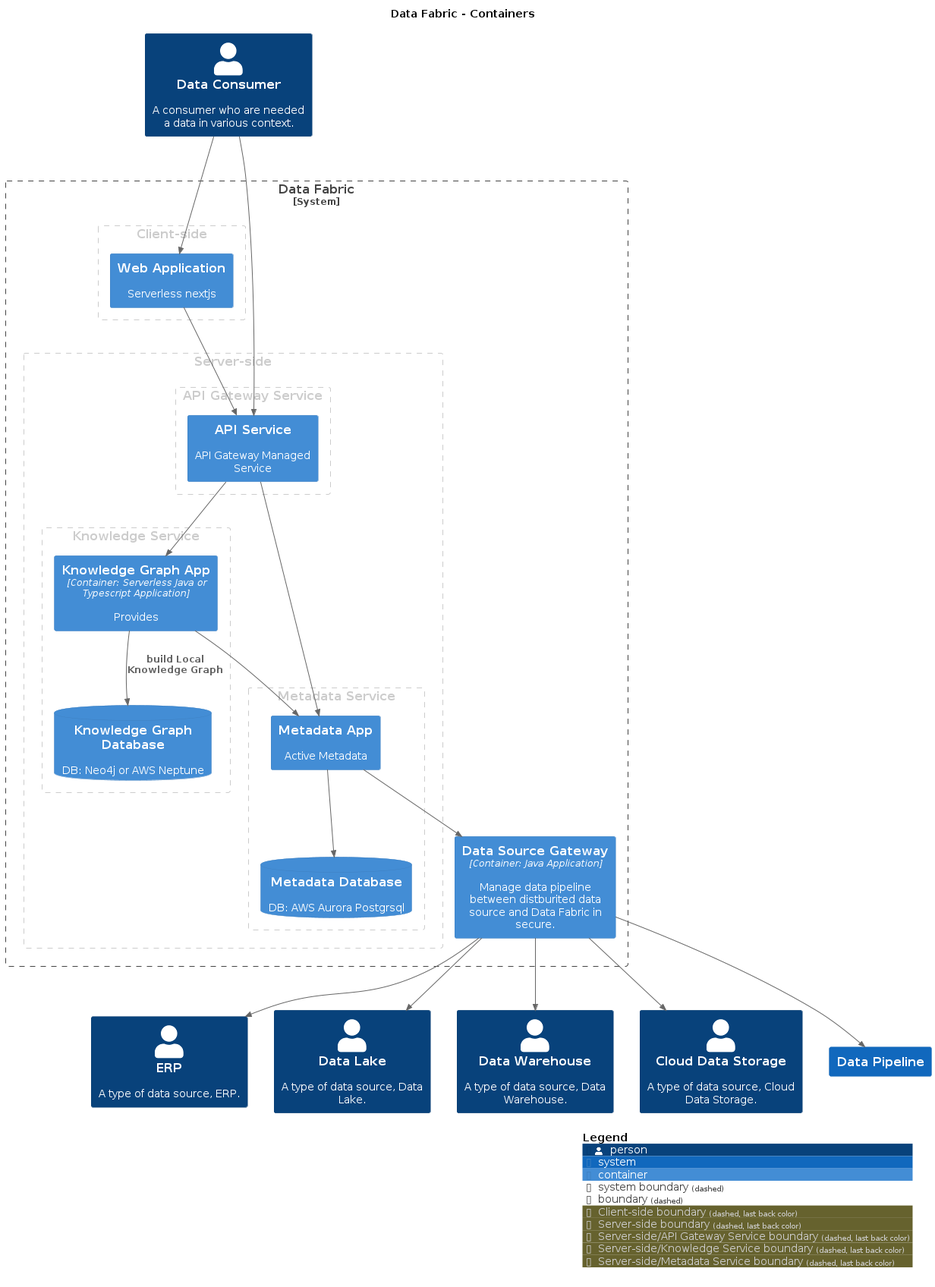
Above: master/png/Containers.png in IntellectusCorp/data-fabric-docs (PlantUML), before the change.
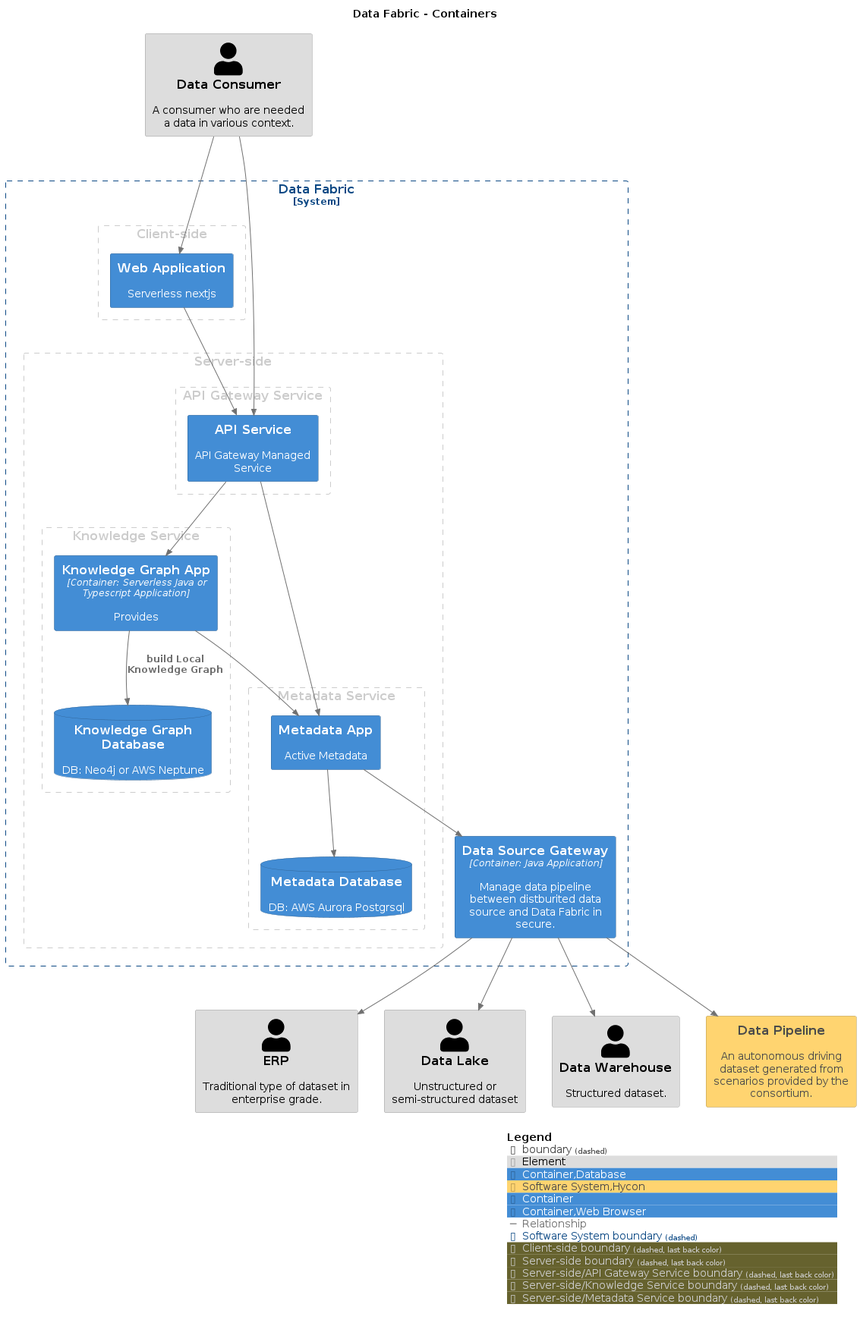
Later version of the same file.

The edit, as a diff of the source:
```diff
@@ -8,57 +8,65 @@
 !include <C4/C4_Context>
 !include <C4/C4_Container>
 
-Person(DataConsumer, "Data Consumer", $descr="A consumer who are needed a data in various context.", $tags="", $link="")
-Person(ERP, "ERP", $descr="A type of data source, ERP.", $tags="", $link="")
-Person(DataLake, "Data Lake", $descr="A type of data source, Data Lake.", $tags="", $link="")
-Person(DataWarehouse, "Data Warehouse", $descr="A type of data source, Data Warehouse.", $tags="", $link="")
-Person(CloudDataStorage, "Cloud Data Storage", $descr="A type of data source, Cloud Data Storage.", $tags="", $link="")
-System(DataPipeline, "Data Pipeline", $descr="", $tags="", $link="")
+AddElementTag("Element", $bgColor="#dddddd", $borderColor="#9a9a9a", $fontColor="#000000", $sprite="", $shadowing="")
+AddElementTag("Container,Database", $bgColor="#438dd5", $borderColor="#2e6295", $fontColor="#ffffff", $sprite="", $shadowing="")
+AddElementTag("Software System,Hycon", $bgColor="#ffd470", $borderColor="#b2944e", $fontColor="#4a4a4a", $sprite="", $shadowing="")
+AddElementTag("Container", $bgColor="#438dd5", $borderColor="#2e6295", $fontColor="#ffffff", $sprite="", $shadowing="")
+AddElementTag("Container,Web Browser", $bgColor="#438dd5", $borderColor="#2e6295", $fontColor="#ffffff", $sprite="", $shadowing="")
 
-System_Boundary("DataFabric_boundary", "Data Fabric", $tags="") {
+AddRelTag("Relationship", $textColor="#707070", $lineColor="#707070", $lineStyle = "")
+
+AddBoundaryTag("Software System", $bgColor="#ffffff", $borderColor="#0b4884", $fontColor="#0b4884", $shadowing="")
+
+Person(DataConsumer, "Data Consumer", $descr="A consumer who are needed a data in various context.", $tags="Element", $link="")
+Person(ERP, "ERP", $descr="Traditional type of dataset in enterprise grade.", $tags="Element", $link="")
+Person(DataLake, "Data Lake", $descr="Unstructured or semi-structured dataset", $tags="Element", $link="")
+Person(DataWarehouse, "Data Warehouse", $descr="Structured dataset.", $tags="Element", $link="")
+System(DataPipeline, "Data Pipeline", $descr="An autonomous driving dataset generated from scenarios provided by the consortium.", $tags="Software System,Hycon", $link="")
+
+System_Boundary("DataFabric_boundary", "Data Fabric", $tags="Software System") {
   AddBoundaryTag("Client-side", $borderColor="#cccccc", $fontColor="#cccccc")
   Boundary(group_1, "Client-side", $tags="Client-side") {
-    Container(DataFabric.WebApplication, "Web Application", $techn="", $descr="Serverless nextjs", $tags="", $link="")
+    Container(DataFabric.WebApplication, "Web Application", $techn="", $descr="Serverless nextjs", $tags="Container,Web Browser", $link="")
   }
 
   AddBoundaryTag("Server-side", $borderColor="#cccccc", $fontColor="#cccccc")
   Boundary(group_2, "Server-side", $tags="Server-side") {
       AddBoundaryTag("Server-side/API Gateway Service", $borderColor="#cccccc", $fontColor="#cccccc")
       Boundary(group_3, "API Gateway Service", $tags="Server-side/API Gateway Service") {
-        Container(DataFabric.APIService, "API Service", $techn="", $descr="API Gateway Managed Service", $tags="", $link="")
+        Container(DataFabric.APIService, "API Service", $techn="", $descr="API Gateway Managed Service", $tags="Container", $link="")
       }
 
       AddBoundaryTag("Server-side/Knowledge Service", $borderColor="#cccccc", $fontColor="#cccccc")
       Boundary(group_4, "Knowledge Service", $tags="Server-side/Knowledge Service") {
-        Container(DataFabric.KnowledgeGraphApp, "Knowledge Graph App", $techn="Container: Serverless Java or Typescript Application", $descr="Provides", $tags="", $link="")
-        ContainerDb(DataFabric.KnowledgeGraphDatabase, "Knowledge Graph Database", $techn="", $descr="DB: Neo4j or AWS Neptune", $tags="", $link="")
+        Container(DataFabric.KnowledgeGraphApp, "Knowledge Graph App", $techn="Container: Serverless Java or Typescript Application", $descr="Provides", $tags="Container", $link="")
+        ContainerDb(DataFabric.KnowledgeGraphDatabase, "Knowledge Graph Database", $techn="", $descr="DB: Neo4j or AWS Neptune", $tags="Container,Database", $link="")
       }
 
       AddBoundaryTag("Server-side/Metadata Service", $borderColor="#cccccc", $fontColor="#cccccc")
       Boundary(group_5, "Metadata Service", $tags="Server-side/Metadata Service") {
-        Container(DataFabric.MetadataApp, "Metadata App", $techn="", $descr="Active Metadata", $tags="", $link="")
-        ContainerDb(DataFabric.MetadataDatabase, "Metadata Database", $techn="", $descr="DB: AWS Aurora Postgrsql", $tags="", $link="")
+        Container(DataFabric.MetadataApp, "Metadata App", $techn="", $descr="Active Metadata", $tags="Container", $link="")
+        ContainerDb(DataFabric.MetadataDatabase, "Metadata Database", $techn="", $descr="DB: AWS Aurora Postgrsql", $tags="Container,Database", $link="")
       }
 
   }
 
-  Container(DataFabric.DataSourceGateway, "Data Source Gateway", $techn="Container: Java Application", $descr="Manage data pipeline between distburited data source and Data Fabric in secure.", $tags="", $link="")
+  Container(DataFabric.DataSourceGateway, "Data Source Gateway", $techn="Container: Java Application", $descr="Manage data pipeline between distburited data source and Data Fabric in secure.", $tags="Container", $link="")
 }
 
-Rel_D(DataFabric.DataSourceGateway, DataPipeline, "", $techn="", $tags="", $link="")
-Rel_D(DataConsumer, DataFabric.APIService, "", $techn="", $tags="", $link="")
-Rel_D(DataConsumer, DataFabric.WebApplication, "", $techn="", $tags="", $link="")
-Rel_D(DataFabric.KnowledgeGraphApp, DataFabric.KnowledgeGraphDatabase, "build Local Knowledge Graph", $techn="", $tags="", $link="")
-Rel_D(DataFabric.KnowledgeGraphApp, DataFabric.MetadataApp, "", $techn="", $tags="", $link="")
-Rel_D(DataFabric.DataSourceGateway, ERP, "", $techn="", $tags="", $link="")
-Rel_D(DataFabric.DataSourceGateway, DataLake, "", $techn="", $tags="", $link="")
-Rel_D(DataFabric.DataSourceGateway, DataWarehouse, "", $techn="", $tags="", $link="")
-Rel_D(DataFabric.DataSourceGateway, CloudDataStorage, "", $techn="", $tags="", $link="")
-Rel_D(DataFabric.MetadataApp, DataFabric.DataSourceGateway, "", $techn="", $tags="", $link="")
-Rel_D(DataFabric.MetadataApp, DataFabric.MetadataDatabase, "", $techn="", $tags="", $link="")
-Rel_D(DataFabric.APIService, DataFabric.KnowledgeGraphApp, "", $techn="", $tags="", $link="")
-Rel_D(DataFabric.APIService, DataFabric.MetadataApp, "", $techn="", $tags="", $link="")
-Rel_D(DataFabric.WebApplication, DataFabric.APIService, "", $techn="", $tags="", $link="")
+Rel_D(DataFabric.DataSourceGateway, DataPipeline, "", $techn="", $tags="Relationship", $link="")
+Rel_D(DataConsumer, DataFabric.APIService, "", $techn="", $tags="Relationship", $link="")
+Rel_D(DataConsumer, DataFabric.WebApplication, "", $techn="", $tags="Relationship", $link="")
+Rel_D(DataFabric.KnowledgeGraphApp, DataFabric.KnowledgeGraphDatabase, "build Local Knowledge Graph", $techn="", $tags="Relationship", $link="")
+Rel_D(DataFabric.KnowledgeGraphApp, DataFabric.MetadataApp, "", $techn="", $tags="Relationship", $link="")
+Rel_D(DataFabric.DataSourceGateway, ERP, "", $techn="", $tags="Relationship", $link="")
+Rel_D(DataFabric.DataSourceGateway, DataLake, "", $techn="", $tags="Relationship", $link="")
+Rel_D(DataFabric.DataSourceGateway, DataWarehouse, "", $techn="", $tags="Relationship", $link="")
+Rel_D(DataFabric.MetadataApp, DataFabric.DataSourceGateway, "", $techn="", $tags="Relationship", $link="")
+Rel_D(DataFabric.MetadataApp, DataFabric.MetadataDatabase, "", $techn="", $tags="Relationship", $link="")
+Rel_D(DataFabric.APIService, DataFabric.KnowledgeGraphApp, "", $techn="", $tags="Relationship", $link="")
+Rel_D(DataFabric.APIService, DataFabric.MetadataApp, "", $techn="", $tags="Relationship", $link="")
+Rel_D(DataFabric.WebApplication, DataFabric.APIService, "", $techn="", $tags="Relationship", $link="")
 
 SHOW_LEGEND(true)
 @enduml
```
